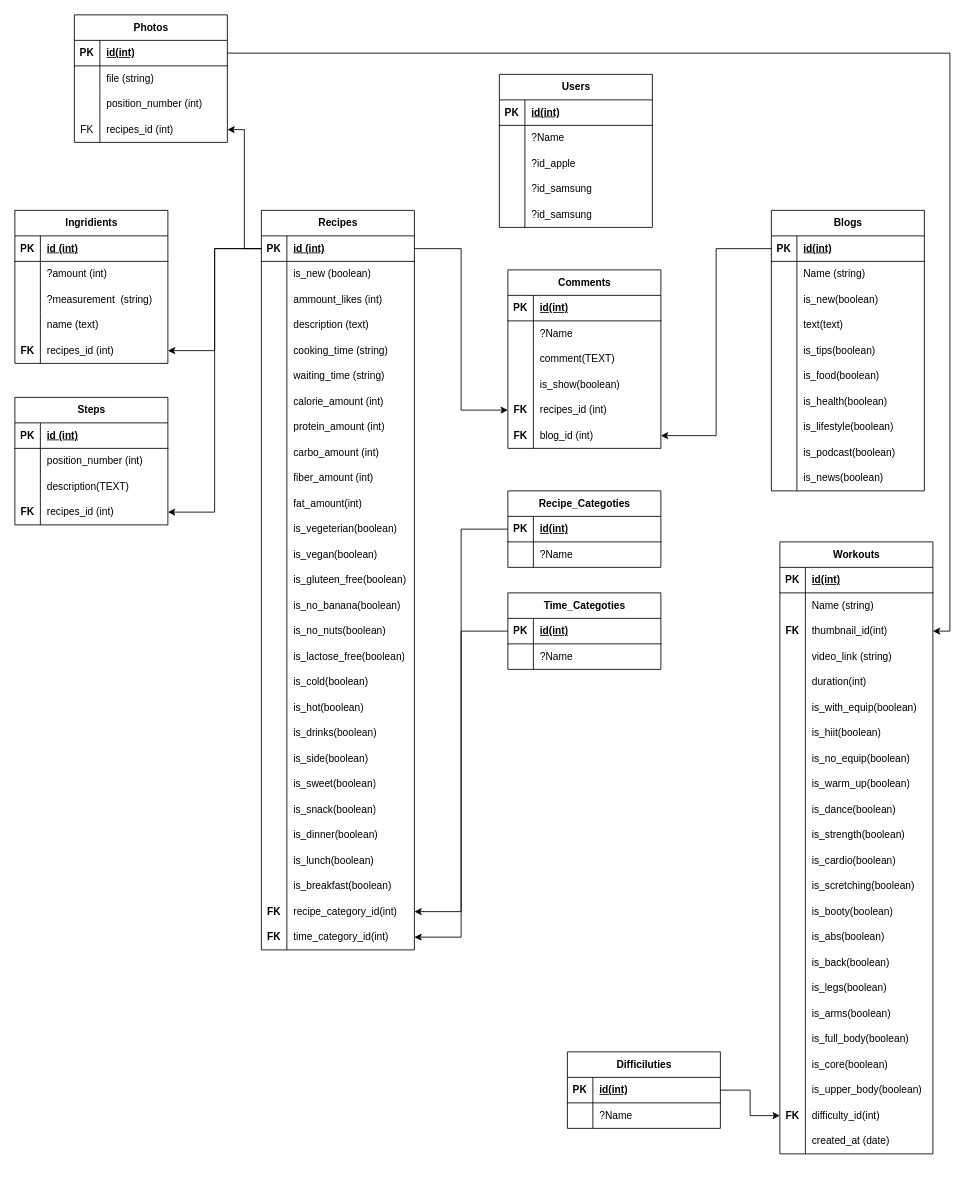
Before: health.drawio in fao30/syeikh, a draw.io diagram. Source tidied: cells renumbered, new cells numbered last; positions are measured from the earlier drawing's top-left corner, leaving out a move shared by most shapes. Both pictures are drawn from the tidied source at 85%, with x=0, y=0 at pixel (14, 14).
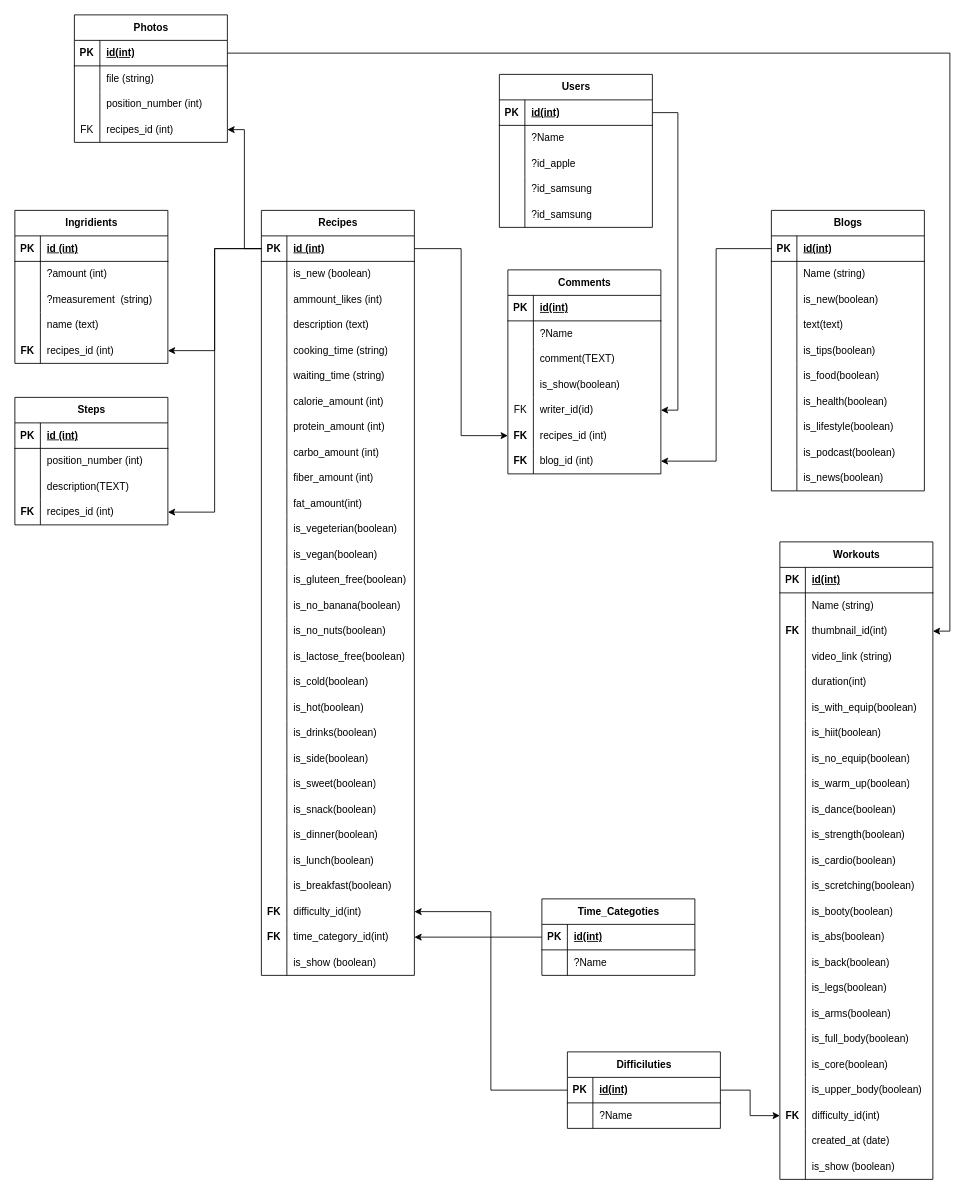
The same diagram, later.

The change refers to these unchanged cells:
```xml
<mxCell id="3" style="shape=tableRow;horizontal=0;startSize=0;swimlaneHead=0;swimlaneBody=0;fillColor=none;points=[[0,0.5],[1,0.5]];portConstraint=eastwest;top=0;left=0;right=0;bottom=1;" parent="2" vertex="1">
  <mxGeometry y="30" width="180" height="30" as="geometry" />
</mxCell>
<mxCell id="110" style="shape=tableRow;horizontal=0;startSize=0;swimlaneHead=0;swimlaneBody=0;fillColor=none;points=[[0,0.5],[1,0.5]];portConstraint=eastwest;top=0;left=0;right=0;bottom=0;" parent="31" vertex="1">
  <mxGeometry y="810" width="180" height="30" as="geometry" />
</mxCell>
<mxCell id="289" style="shape=tableRow;horizontal=0;startSize=0;swimlaneHead=0;swimlaneBody=0;fillColor=none;points=[[0,0.5],[1,0.5]];portConstraint=eastwest;top=0;left=0;right=0;bottom=1;" parent="288" vertex="1">
  <mxGeometry y="30" width="180" height="30" as="geometry" />
</mxCell>
```

The edit, as a diff of the source:
```diff
@@
     <mxCell id="31" value="Recipes" style="shape=table;startSize=30;childLayout=tableLayout;rowLines=0;fontStyle=1;align=center;html=1;" parent="1" vertex="1">
-      <mxGeometry x="290" y="230" width="180" height="870" as="geometry" />
+      <mxGeometry x="290" y="230" width="180" height="900" as="geometry" />
     </mxCell>
@@
-    <mxCell id="112" value="recipe_category_id(int)" style="shape=partialRectangle;fillColor=none;top=0;left=0;bottom=0;right=0;align=left;spacingLeft=6;overflow=hidden;whiteSpace=wrap;html=1;" parent="110" vertex="1">
+    <mxCell id="112" value="difficulty_id(int)" style="shape=partialRectangle;fillColor=none;top=0;left=0;bottom=0;right=0;align=left;spacingLeft=6;overflow=hidden;whiteSpace=wrap;html=1;" parent="110" vertex="1">
       <mxGeometry x="30" width="150" height="30" as="geometry" />
     </mxCell>
@@
+    <mxCell id="295" style="shape=tableRow;horizontal=0;startSize=0;swimlaneHead=0;swimlaneBody=0;fillColor=none;top=0;left=0;right=0;bottom=0;" parent="31" vertex="1">
+      <mxGeometry y="870" width="180" height="30" as="geometry" />
+    </mxCell>
+    <mxCell id="296" style="shape=partialRectangle;fillColor=none;top=0;left=0;bottom=0;right=0;overflow=hidden;whiteSpace=wrap;html=1;" parent="295" vertex="1">
+      <mxGeometry width="30" height="30" as="geometry" />
+    </mxCell>
+    <mxCell id="297" value="is_show (boolean)" style="shape=partialRectangle;fillColor=none;top=0;left=0;bottom=0;right=0;align=left;spacingLeft=6;overflow=hidden;whiteSpace=wrap;html=1;" parent="295" vertex="1">
+      <mxGeometry x="30" width="150" height="30" as="geometry" />
+    </mxCell>
@@
     <mxCell id="147" value="Comments" style="shape=table;startSize=30;childLayout=tableLayout;rowLines=0;fontStyle=1;align=center;html=1;" parent="1" vertex="1">
-      <mxGeometry x="580" y="300" width="180" height="210" as="geometry" />
+      <mxGeometry x="580" y="300" width="180" height="240" as="geometry" />
     </mxCell>
@@
+    <mxCell id="298" style="shape=tableRow;horizontal=0;startSize=0;swimlaneHead=0;swimlaneBody=0;fillColor=none;points=[[0,0.5],[1,0.5]];portConstraint=eastwest;top=0;left=0;right=0;bottom=0;" parent="147" vertex="1">
+      <mxGeometry y="150" width="180" height="30" as="geometry" />
+    </mxCell>
+    <mxCell id="299" value="FK" style="shape=partialRectangle;fillColor=none;top=0;left=0;bottom=0;right=0;overflow=hidden;whiteSpace=wrap;html=1;" parent="298" vertex="1">
+      <mxGeometry width="30" height="30" as="geometry" />
+    </mxCell>
+    <mxCell id="300" value="writer_id(id)" style="shape=partialRectangle;fillColor=none;top=0;left=0;bottom=0;right=0;align=left;spacingLeft=6;overflow=hidden;whiteSpace=wrap;html=1;" parent="298" vertex="1">
+      <mxGeometry x="30" width="150" height="30" as="geometry" />
+    </mxCell>
     <mxCell id="160" style="shape=tableRow;horizontal=0;startSize=0;swimlaneHead=0;swimlaneBody=0;fillColor=none;points=[[0,0.5],[1,0.5]];portConstraint=eastwest;top=0;left=0;right=0;bottom=0;" parent="147" vertex="1">
-      <mxGeometry y="150" width="180" height="30" as="geometry" />
+      <mxGeometry y="180" width="180" height="30" as="geometry" />
     </mxCell>
@@
     <mxCell id="163" style="shape=tableRow;horizontal=0;startSize=0;swimlaneHead=0;swimlaneBody=0;fillColor=none;points=[[0,0.5],[1,0.5]];portConstraint=eastwest;top=0;left=0;right=0;bottom=0;" parent="147" vertex="1">
-      <mxGeometry y="180" width="180" height="30" as="geometry" />
+      <mxGeometry y="210" width="180" height="30" as="geometry" />
     </mxCell>
@@
-    <mxCell id="167" value="Recipe_Categoties" style="shape=table;startSize=30;childLayout=tableLayout;rowLines=0;fontStyle=1;align=center;html=1;" parent="1" vertex="1">
-      <mxGeometry x="580" y="560" width="180" height="90" as="geometry" />
-    </mxCell>
-    <mxCell id="168" style="shape=tableRow;horizontal=0;startSize=0;swimlaneHead=0;swimlaneBody=0;fillColor=none;points=[[0,0.5],[1,0.5]];portConstraint=eastwest;top=0;left=0;right=0;bottom=1;" parent="167" vertex="1">
-      <mxGeometry y="30" width="180" height="30" as="geometry" />
-    </mxCell>
-    <mxCell id="169" value="PK" style="shape=partialRectangle;fillColor=none;top=0;left=0;bottom=0;right=0;fontStyle=1;overflow=hidden;whiteSpace=wrap;html=1;" parent="168" vertex="1">
-      <mxGeometry width="30" height="30" as="geometry" />
-    </mxCell>
-    <mxCell id="170" value="id(int)" style="shape=partialRectangle;fillColor=none;top=0;left=0;bottom=0;right=0;align=left;spacingLeft=6;fontStyle=5;overflow=hidden;whiteSpace=wrap;html=1;" parent="168" vertex="1">
-      <mxGeometry x="30" width="150" height="30" as="geometry" />
-    </mxCell>
-    <mxCell id="171" style="shape=tableRow;horizontal=0;startSize=0;swimlaneHead=0;swimlaneBody=0;fillColor=none;top=0;left=0;right=0;bottom=0;" parent="167" vertex="1">
-      <mxGeometry y="60" width="180" height="30" as="geometry" />
-    </mxCell>
-    <mxCell id="172" style="shape=partialRectangle;fillColor=none;top=0;left=0;bottom=0;right=0;overflow=hidden;whiteSpace=wrap;html=1;" parent="171" vertex="1">
-      <mxGeometry width="30" height="30" as="geometry" />
-    </mxCell>
-    <mxCell id="173" value="?Name&amp;nbsp;" style="shape=partialRectangle;fillColor=none;top=0;left=0;bottom=0;right=0;align=left;spacingLeft=6;overflow=hidden;whiteSpace=wrap;html=1;" parent="171" vertex="1">
-      <mxGeometry x="30" width="150" height="30" as="geometry" />
-    </mxCell>
-    <mxCell id="174" style="edgeStyle=orthogonalEdgeStyle;rounded=0;jettySize=auto;html=1;entryX=1;entryY=0.5;entryDx=0;entryDy=0;" parent="1" edge="1" source="168" target="110">
-      <mxGeometry relative="1" as="geometry" />
-    </mxCell>
     <mxCell id="175" value="Time_Categoties" style="shape=table;startSize=30;childLayout=tableLayout;rowLines=0;fontStyle=1;align=center;html=1;" parent="1" vertex="1">
-      <mxGeometry x="580" y="680" width="180" height="90" as="geometry" />
+      <mxGeometry x="620" y="1040" width="180" height="90" as="geometry" />
     </mxCell>
@@
     <mxCell id="216" value="Workouts" style="shape=table;startSize=30;childLayout=tableLayout;rowLines=0;fontStyle=1;align=center;html=1;" parent="1" vertex="1">
-      <mxGeometry x="900" y="620" width="180" height="720" as="geometry" />
+      <mxGeometry x="900" y="620" width="180" height="750" as="geometry" />
     </mxCell>
@@
+    <mxCell id="301" style="shape=tableRow;horizontal=0;startSize=0;swimlaneHead=0;swimlaneBody=0;fillColor=none;top=0;left=0;right=0;bottom=0;" parent="216" vertex="1">
+      <mxGeometry y="720" width="180" height="30" as="geometry" />
+    </mxCell>
+    <mxCell id="302" style="shape=partialRectangle;fillColor=none;top=0;left=0;bottom=0;right=0;overflow=hidden;whiteSpace=wrap;html=1;" parent="301" vertex="1">
+      <mxGeometry width="30" height="30" as="geometry" />
+    </mxCell>
+    <mxCell id="303" value="is_show (boolean)" style="shape=partialRectangle;fillColor=none;top=0;left=0;bottom=0;right=0;align=left;spacingLeft=6;overflow=hidden;whiteSpace=wrap;html=1;" parent="301" vertex="1">
+      <mxGeometry x="30" width="150" height="30" as="geometry" />
+    </mxCell>
@@
+    <mxCell id="304" style="edgeStyle=orthogonalEdgeStyle;rounded=0;jettySize=auto;html=1;entryX=1;entryY=0.5;entryDx=0;entryDy=0;" parent="1" edge="1" source="289" target="110">
+      <mxGeometry relative="1" as="geometry" />
+    </mxCell>
+    <mxCell id="305" style="edgeStyle=orthogonalEdgeStyle;rounded=0;jettySize=auto;html=1;entryX=1;entryY=0.5;entryDx=0;entryDy=0;" parent="1" edge="1" source="3" target="298">
+      <mxGeometry relative="1" as="geometry" />
+    </mxCell>
```
